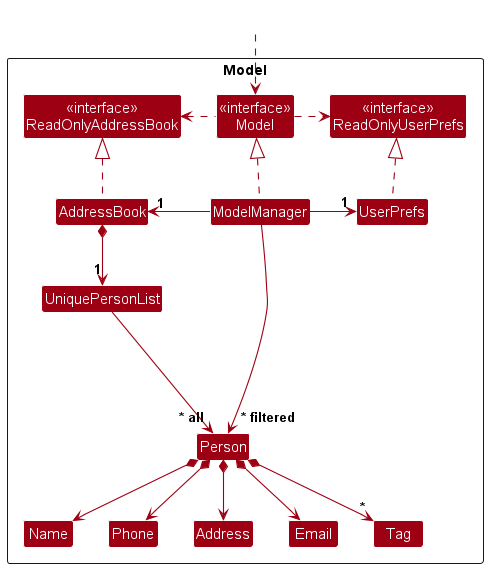
This is docs/images/ModelClassDiagram.png from nus-cs2103-AY2425S1/tp, a PlantUML export, as it was before one commit.
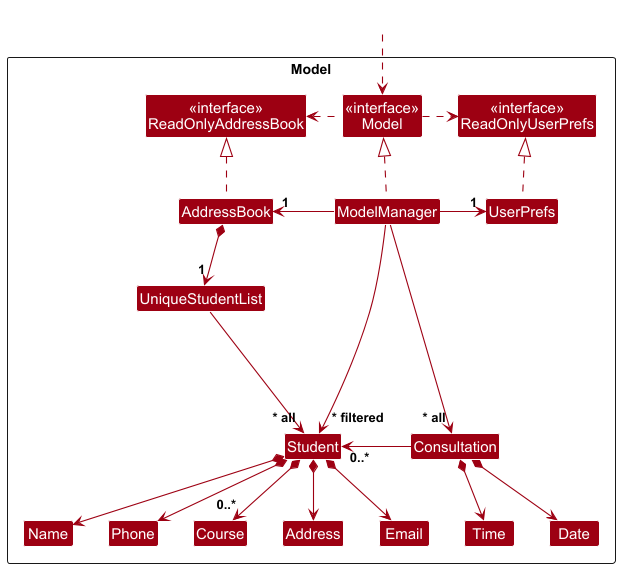
Above is the later version.

The edit, as a diff of the source:
```diff
@@ -12,13 +12,17 @@
 Class ModelManager
 Class UserPrefs
 
-Class UniquePersonList
-Class Person
+Class UniqueStudentList
+Class Student
 Class Address
 Class Email
 Class Name
 Class Phone
-Class Tag
+Class Course
+
+Class Consultation
+Class Date
+Class Time
 
 Class I #FFFFFF
 }
@@ -35,20 +39,26 @@
 ModelManager -right-> "1" UserPrefs
 UserPrefs .up.|> ReadOnlyUserPrefs
 
-AddressBook *--> "1" UniquePersonList
-UniquePersonList --> "~* all" Person
-Person *--> Name
-Person *--> Phone
-Person *--> Email
-Person *--> Address
-Person *--> "*" Tag
+AddressBook *--> "1" UniqueStudentList
+ModelManager --> "~* all" Consultation
+UniqueStudentList --> "~* all" Student
+Student *--> Name
+Student *--> Phone
+Student *--> Email
+Student *--> Address
+Student *--> "0..*" Course
 
-Person -[hidden]up--> I
-UniquePersonList -[hidden]right-> I
+
+Consultation *--> Date
+Consultation *--> Time
+Consultation -left-> "0..*" Student
+
+Student -[hidden]up--> I
+UniqueStudentList -[hidden]right-> I
 
 Name -[hidden]right-> Phone
 Phone -[hidden]right-> Address
 Address -[hidden]right-> Email
 
-ModelManager --> "~* filtered" Person
+ModelManager --> "~* filtered" Student
 @enduml
```
